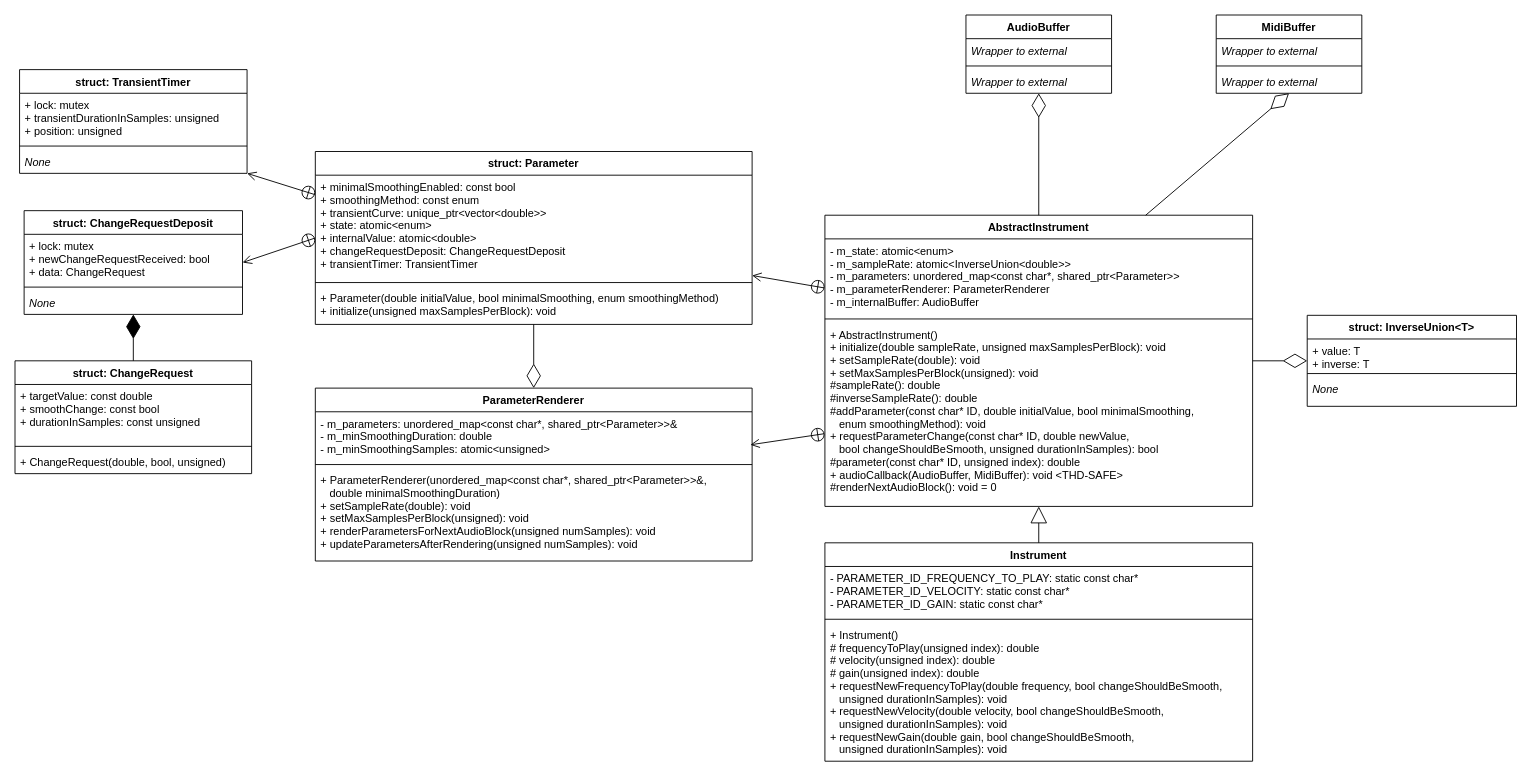
Earlier version of the draw.io diagram source/core/instrument/_design/Instrument.drawio (ANGLE-Studios/ANGLECORE). Source tidied: cells renumbered, new cells numbered last; positions are measured from the earlier drawing's top-left corner, leaving out a move shared by most shapes. Both pictures are drawn from the tidied source at 91%, with x=0, y=0 at pixel (15, 15).
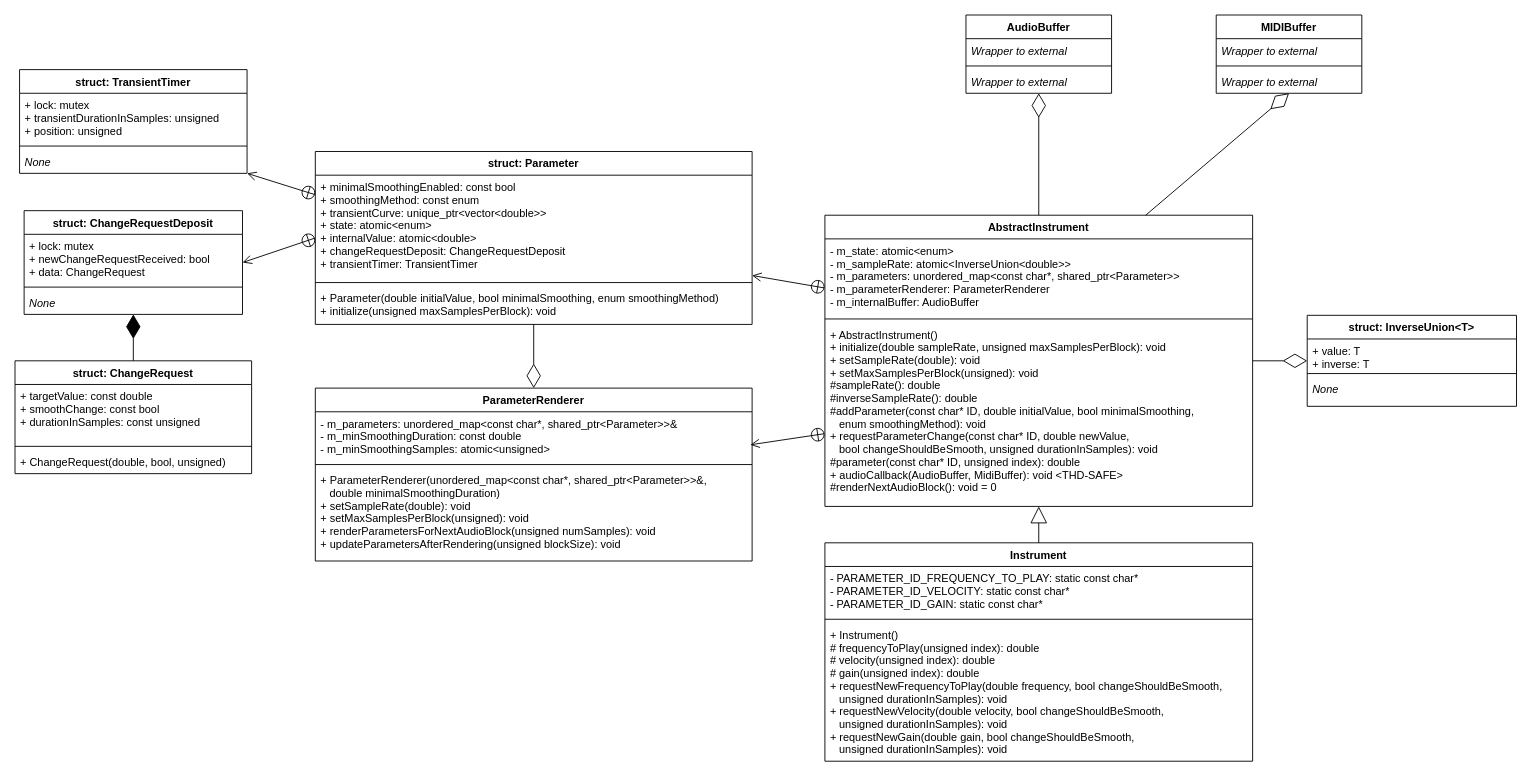
The same diagram, later.

Commit message (it also covers changes not shown here):
Updated the UML diagram according to small changes in the code

Unchanged cells that the change refers to:
```xml
<mxCell id="2" value="AbstractInstrument" style="swimlane;fontStyle=1;align=center;verticalAlign=top;horizontal=1;startSize=26;swimlaneLine=1;shadow=0;" parent="1" vertex="1">
  <mxGeometry x="890" y="220" width="470" height="320" as="geometry" />
</mxCell>
<mxCell id="15" value="ParameterRenderer" style="swimlane;fontStyle=1;align=center;verticalAlign=top;horizontal=1;startSize=26;" parent="1" vertex="1">
  <mxGeometry x="330" y="410" width="480" height="190" as="geometry" />
</mxCell>
```

Change to the diagram source:
```diff
@@
-    <mxCell id="5" value="+ AbstractInstrument()&#10;+ initialize(double sampleRate, unsigned maxSamplesPerBlock): void&#10;+ setSampleRate(double): void&#10;+ setMaxSamplesPerBlock(unsigned): void&#10;#sampleRate(): double&#10;#inverseSampleRate(): double&#10;#addParameter(const char* ID, double initialValue, bool minimalSmoothing,&#10;   enum smoothingMethod): void&#10;+ requestParameterChange(const char* ID, double newValue,&#10;   bool changeShouldBeSmooth, unsigned durationInSamples): bool&#10;#parameter(const char* ID, unsigned index): double&#10;+ audioCallback(AudioBuffer, MidiBuffer): void &lt;THD-SAFE&gt;&#10;#renderNextAudioBlock(): void = 0&#10;" style="text;strokeColor=none;fillColor=none;align=left;verticalAlign=top;spacingLeft=4;spacingRight=4;overflow=hidden;" parent="2" vertex="1">
+    <mxCell id="5" value="+ AbstractInstrument()&#10;+ initialize(double sampleRate, unsigned maxSamplesPerBlock): void&#10;+ setSampleRate(double): void&#10;+ setMaxSamplesPerBlock(unsigned): void&#10;#sampleRate(): double&#10;#inverseSampleRate(): double&#10;#addParameter(const char* ID, double initialValue, bool minimalSmoothing,&#10;   enum smoothingMethod): void&#10;+ requestParameterChange(const char* ID, double newValue,&#10;   bool changeShouldBeSmooth, unsigned durationInSamples): void&#10;#parameter(const char* ID, unsigned index): double&#10;+ audioCallback(AudioBuffer, MidiBuffer): void &lt;THD-SAFE&gt;&#10;#renderNextAudioBlock(): void = 0&#10;" style="text;strokeColor=none;fillColor=none;align=left;verticalAlign=top;spacingLeft=4;spacingRight=4;overflow=hidden;" parent="2" vertex="1">
       <mxGeometry y="118" width="470" height="202" as="geometry" />
     </mxCell>
@@
-    <mxCell id="16" value="- m_parameters: unordered_map&lt;const char*, shared_ptr&lt;Parameter&gt;&gt;&amp;&#10;- m_minSmoothingDuration: double&#10;- m_minSmoothingSamples: atomic&lt;unsigned&gt;&#10;&#10;&#10;&#10;&#10;" style="text;strokeColor=none;fillColor=none;align=left;verticalAlign=top;spacingLeft=4;spacingRight=4;overflow=hidden;points=[[0,0.5],[1,0.5]];portConstraint=eastwest;fontStyle=0;" parent="15" vertex="1">
+    <mxCell id="16" value="- m_parameters: unordered_map&lt;const char*, shared_ptr&lt;Parameter&gt;&gt;&amp;&#10;- m_minSmoothingDuration: const double&#10;- m_minSmoothingSamples: atomic&lt;unsigned&gt;&#10;&#10;&#10;&#10;&#10;" style="text;strokeColor=none;fillColor=none;align=left;verticalAlign=top;spacingLeft=4;spacingRight=4;overflow=hidden;points=[[0,0.5],[1,0.5]];portConstraint=eastwest;fontStyle=0;" parent="15" vertex="1">
       <mxGeometry y="26" width="480" height="54" as="geometry" />
     </mxCell>
@@
-    <mxCell id="18" value="+ ParameterRenderer(unordered_map&lt;const char*, shared_ptr&lt;Parameter&gt;&gt;&amp;,&#10;   double minimalSmoothingDuration)&#10;+ setSampleRate(double): void&#10;+ setMaxSamplesPerBlock(unsigned): void&#10;+ renderParametersForNextAudioBlock(unsigned numSamples): void&#10;+ updateParametersAfterRendering(unsigned numSamples): void&#10;" style="text;strokeColor=none;fillColor=none;align=left;verticalAlign=top;spacingLeft=4;spacingRight=4;overflow=hidden;fontStyle=0;" parent="15" vertex="1">
+    <mxCell id="18" value="+ ParameterRenderer(unordered_map&lt;const char*, shared_ptr&lt;Parameter&gt;&gt;&amp;,&#10;   double minimalSmoothingDuration)&#10;+ setSampleRate(double): void&#10;+ setMaxSamplesPerBlock(unsigned): void&#10;+ renderParametersForNextAudioBlock(unsigned numSamples): void&#10;+ updateParametersAfterRendering(unsigned blockSize): void&#10;" style="text;strokeColor=none;fillColor=none;align=left;verticalAlign=top;spacingLeft=4;spacingRight=4;overflow=hidden;fontStyle=0;" parent="15" vertex="1">
       <mxGeometry y="88" width="480" height="102" as="geometry" />
     </mxCell>
@@
-    <mxCell id="30" value="MidiBuffer" style="swimlane;fontStyle=1;align=center;verticalAlign=top;horizontal=1;startSize=26;" parent="1" vertex="1">
+    <mxCell id="30" value="MIDIBuffer" style="swimlane;fontStyle=1;align=center;verticalAlign=top;horizontal=1;startSize=26;" parent="1" vertex="1">
       <mxGeometry x="1320" width="160" height="86" as="geometry" />
     </mxCell>
```
